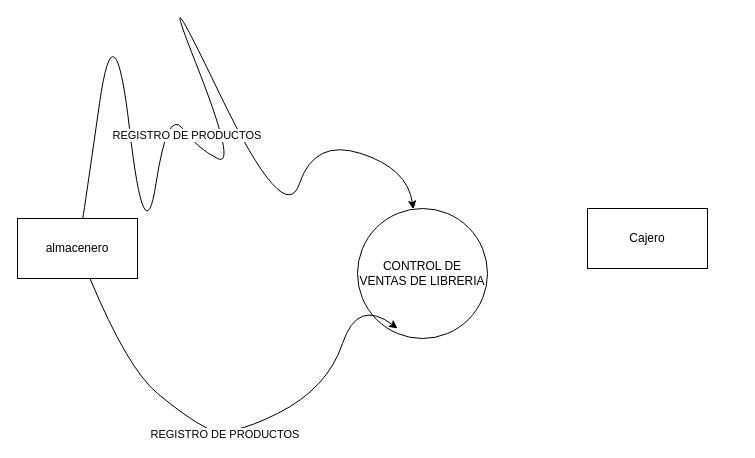
tomyivan/juez-pato keeps this draw.io diagram as tarea.drawio. Above is the earlier version. Source tidied: cells renumbered, new cells numbered last; positions are measured from the earlier drawing's top-left corner, leaving out a move shared by most shapes. Both pictures are drawn from the tidied source at 100%, with x=0, y=0 at pixel (17, -42).
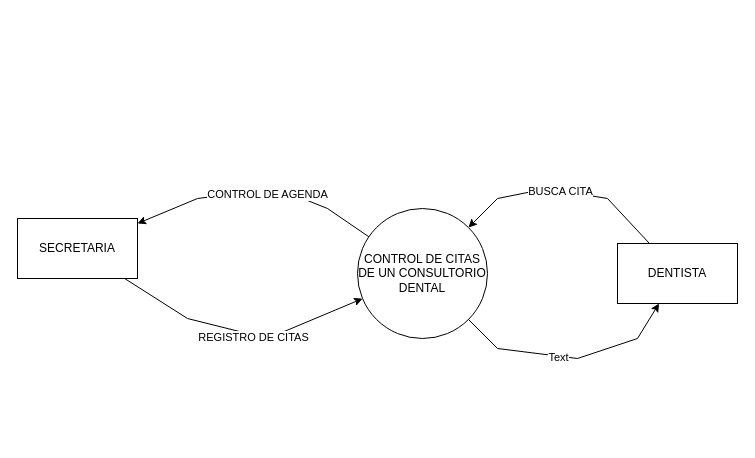
The same page after the edit.

The edit, as a diff of the source:
```diff
@@
-    <mxCell id="2" value="CONTROL DE VENTAS DE LIBRERIA" style="ellipse;whiteSpace=wrap;html=1;" parent="1" vertex="1">
+    <mxCell id="2" value="CONTROL DE CITAS DE UN CONSULTORIO DENTAL" style="ellipse;whiteSpace=wrap;html=1;" parent="1" vertex="1">
       <mxGeometry x="340" y="250" width="130" height="130" as="geometry" />
     </mxCell>
-    <mxCell id="3" value="almacenero" style="rounded=0;whiteSpace=wrap;html=1;" parent="1" vertex="1">
+    <mxCell id="3" value="SECRETARIA" style="rounded=0;whiteSpace=wrap;html=1;" parent="1" vertex="1">
       <mxGeometry y="260" width="120" height="60" as="geometry" />
     </mxCell>
-    <mxCell id="4" style="curved=1;endArrow=classic;html=1;rounded=0;entryX=0.308;entryY=0.923;entryDx=0;entryDy=0;entryPerimeter=0;" parent="1" edge="1" source="3" target="2">
-      <mxGeometry relative="1" as="geometry">
-        <Array as="points">
-          <mxPoint x="110" y="410" />
-          <mxPoint x="170" y="460" />
-          <mxPoint x="210" y="480" />
-          <mxPoint x="310" y="430" />
-          <mxPoint x="340" y="340" />
-        </Array>
-      </mxGeometry>
-    </mxCell>
-    <mxCell id="5" value="REGISTRO DE PRODUCTOS&amp;nbsp;" style="edgeLabel;html=1;align=center;verticalAlign=middle;" parent="4" vertex="1">
-      <mxGeometry x="0.05" y="5" relative="1" as="geometry">
-        <mxPoint x="-26" y="13" as="offset" />
-      </mxGeometry>
-    </mxCell>
-    <mxCell id="6" value="Cajero" style="rounded=0;whiteSpace=wrap;html=1;" parent="1" vertex="1">
-      <mxGeometry x="570" y="250" width="120" height="60" as="geometry" />
-    </mxCell>
-    <mxCell id="7" style="curved=1;endArrow=classic;html=1;rounded=0;" parent="1" edge="1" source="3" target="2">
-      <mxGeometry relative="1" as="geometry">
-        <Array as="points">
-          <mxPoint x="67" y="250" />
-          <mxPoint x="97" y="40" />
-          <mxPoint x="127" y="300" />
-          <mxPoint x="150" y="150" />
-          <mxPoint x="180" y="190" />
-          <mxPoint x="220" y="210" />
-          <mxPoint x="137" />
-          <mxPoint x="267" y="270" />
-          <mxPoint x="297" y="180" />
-          <mxPoint x="390" y="210" />
-        </Array>
-      </mxGeometry>
-    </mxCell>
-    <mxCell id="8" value="REGISTRO DE PRODUCTOS&amp;nbsp;" style="edgeLabel;html=1;align=center;verticalAlign=middle;" parent="7" vertex="1">
-      <mxGeometry x="0.05" y="5" relative="1" as="geometry">
-        <mxPoint x="-26" y="13" as="offset" />
-      </mxGeometry>
-    </mxCell>
+    <mxCell id="9" style="endArrow=classic;html=1;rounded=0;" parent="1" edge="1" source="2" target="3">
+      <mxGeometry relative="1" as="geometry">
+        <Array as="points">
+          <mxPoint x="310" y="250" />
+          <mxPoint x="260" y="230" />
+          <mxPoint x="180" y="240" />
+        </Array>
+      </mxGeometry>
+    </mxCell>
+    <mxCell id="10" value="CONTROL DE AGENDA" style="edgeLabel;html=1;align=center;verticalAlign=middle;" parent="9" vertex="1">
+      <mxGeometry x="-0.08" y="4" relative="1" as="geometry" />
+    </mxCell>
+    <mxCell id="11" value="DENTISTA" style="rounded=0;whiteSpace=wrap;html=1;" parent="1" vertex="1">
+      <mxGeometry x="600" y="285" width="120" height="60" as="geometry" />
+    </mxCell>
+    <mxCell id="12" style="endArrow=classic;html=1;rounded=0;" parent="1" edge="1" source="3" target="2">
+      <mxGeometry relative="1" as="geometry">
+        <Array as="points">
+          <mxPoint x="170" y="360" />
+          <mxPoint x="250" y="380" />
+        </Array>
+      </mxGeometry>
+    </mxCell>
+    <mxCell id="13" value="REGISTRO DE CITAS" style="edgeLabel;html=1;align=center;verticalAlign=middle;" parent="12" vertex="1">
+      <mxGeometry x="0.1" y="-2" relative="1" as="geometry" />
+    </mxCell>
+    <mxCell id="14" style="endArrow=classic;html=1;rounded=0;" parent="1" edge="1" source="11" target="2">
+      <mxGeometry relative="1" as="geometry">
+        <Array as="points">
+          <mxPoint x="590" y="240" />
+          <mxPoint x="530" y="230" />
+          <mxPoint x="480" y="240" />
+        </Array>
+      </mxGeometry>
+    </mxCell>
+    <mxCell id="15" value="BUSCA CITA" style="edgeLabel;html=1;align=center;verticalAlign=middle;" parent="14" vertex="1">
+      <mxGeometry x="0.03" relative="1" as="geometry" />
+    </mxCell>
+    <mxCell id="16" style="endArrow=classic;html=1;rounded=0;" parent="1" edge="1" source="2" target="11">
+      <mxGeometry relative="1" as="geometry">
+        <Array as="points">
+          <mxPoint x="480" y="390" />
+          <mxPoint x="560" y="400" />
+          <mxPoint x="620" y="380" />
+        </Array>
+      </mxGeometry>
+    </mxCell>
+    <mxCell id="17" value="Text" style="edgeLabel;html=1;align=center;verticalAlign=middle;" parent="16" vertex="1">
+      <mxGeometry x="-0.1" y="-1" relative="1" as="geometry" />
+    </mxCell>
```
